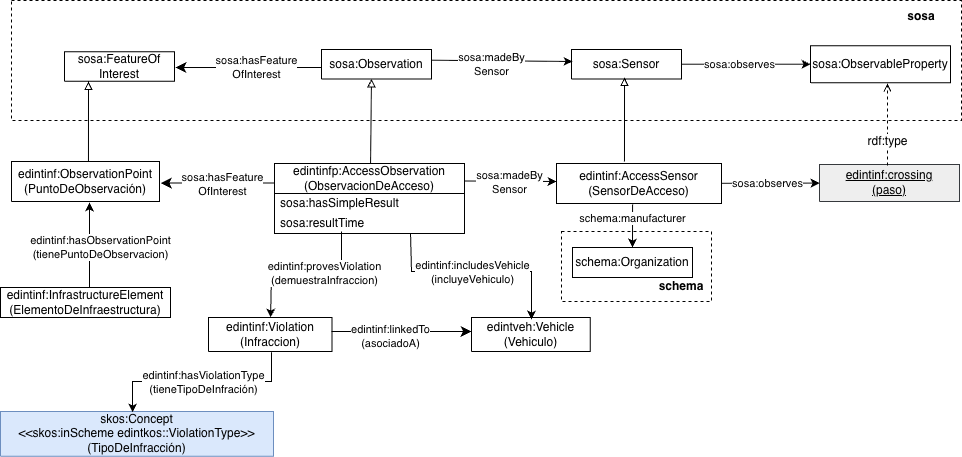
This is documentation/images/diagrama-conceptual-AccessSensors.png from EDINT-Ontologia/edint-ontologia-infraestructura, a draw.io export, as it was before one commit. Source tidied: cells renumbered, new cells last; positions are measured from the earlier drawing's top-left corner, leaving out a move shared by most shapes.
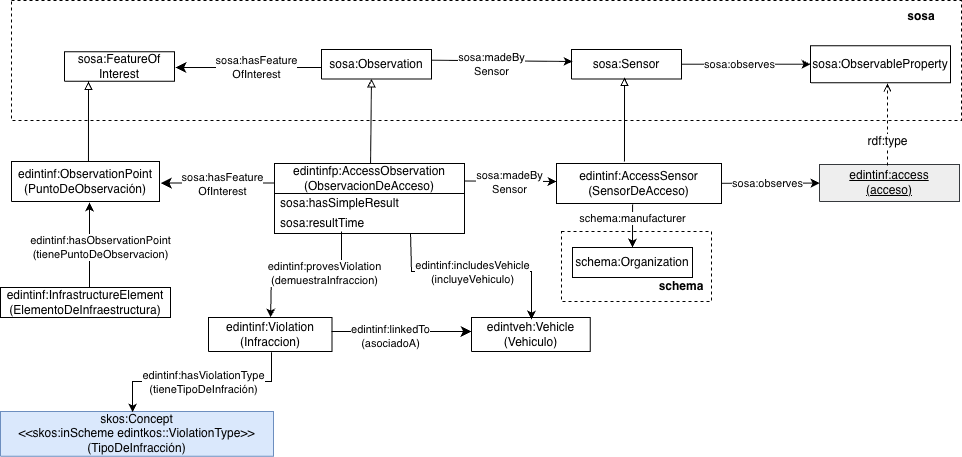
Above is the later version.

The edit, as a diff of the source:
```diff
@@ -74,7 +74,7 @@
         <mxPoint y="-5" as="offset" />
       </mxGeometry>
     </mxCell>
-    <mxCell id="21" value="&lt;font style=&quot;color: rgb(0, 0, 0); direction: ltr; letter-spacing: 0px; line-height: 120%; opacity: 1;&quot;&gt;edintinf:crossing&lt;/font&gt;&lt;div&gt;&lt;font style=&quot;color: rgb(0, 0, 0); direction: ltr; letter-spacing: 0px; line-height: 120%; opacity: 1;&quot;&gt;(paso)&lt;/font&gt;&lt;/div&gt;" style="verticalAlign=middle;align=center;vsdxID=334;shape=(stored shape, 160 characters);labelBackgroundColor=none;rounded=0;html=1;whiteSpace=wrap;fontSize=12;fillColor=#eeeeee;strokeColor=#36393d;fontStyle=4;" parent="1" vertex="1">
+    <mxCell id="21" value="&lt;font style=&quot;color: rgb(0, 0, 0); direction: ltr; letter-spacing: 0px; line-height: 120%; opacity: 1;&quot;&gt;edintinf:access&lt;/font&gt;&lt;div&gt;&lt;font style=&quot;color: rgb(0, 0, 0); direction: ltr; letter-spacing: 0px; line-height: 120%; opacity: 1;&quot;&gt;(acceso)&lt;/font&gt;&lt;/div&gt;" style="verticalAlign=middle;align=center;vsdxID=334;shape=(stored shape, 160 characters);labelBackgroundColor=none;rounded=0;html=1;whiteSpace=wrap;fontSize=12;fillColor=#eeeeee;strokeColor=#36393d;fontStyle=4;" parent="1" vertex="1">
       <mxGeometry x="819" y="163.9" width="140" height="37.1" as="geometry" />
     </mxCell>
     <mxCell id="22" style="endArrow=classic;html=1;rounded=0;fontSize=12;" parent="1" edge="1" source="17" target="21">
```
